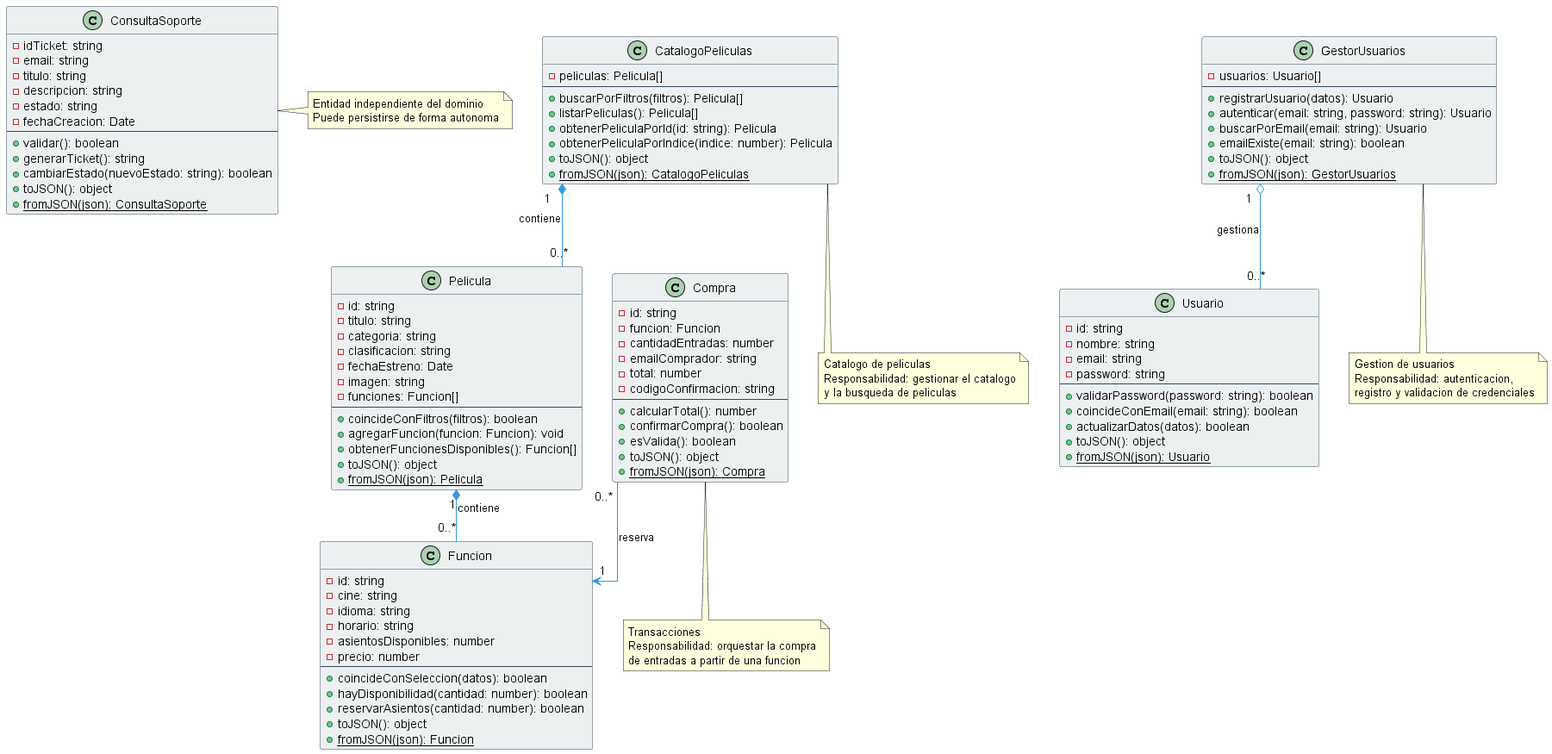
The PlantUML diagram docs/05-diagramas/02-diagrama-de-clases/diagrama-clases.png in hmarc953/cineglobal, before a commit.
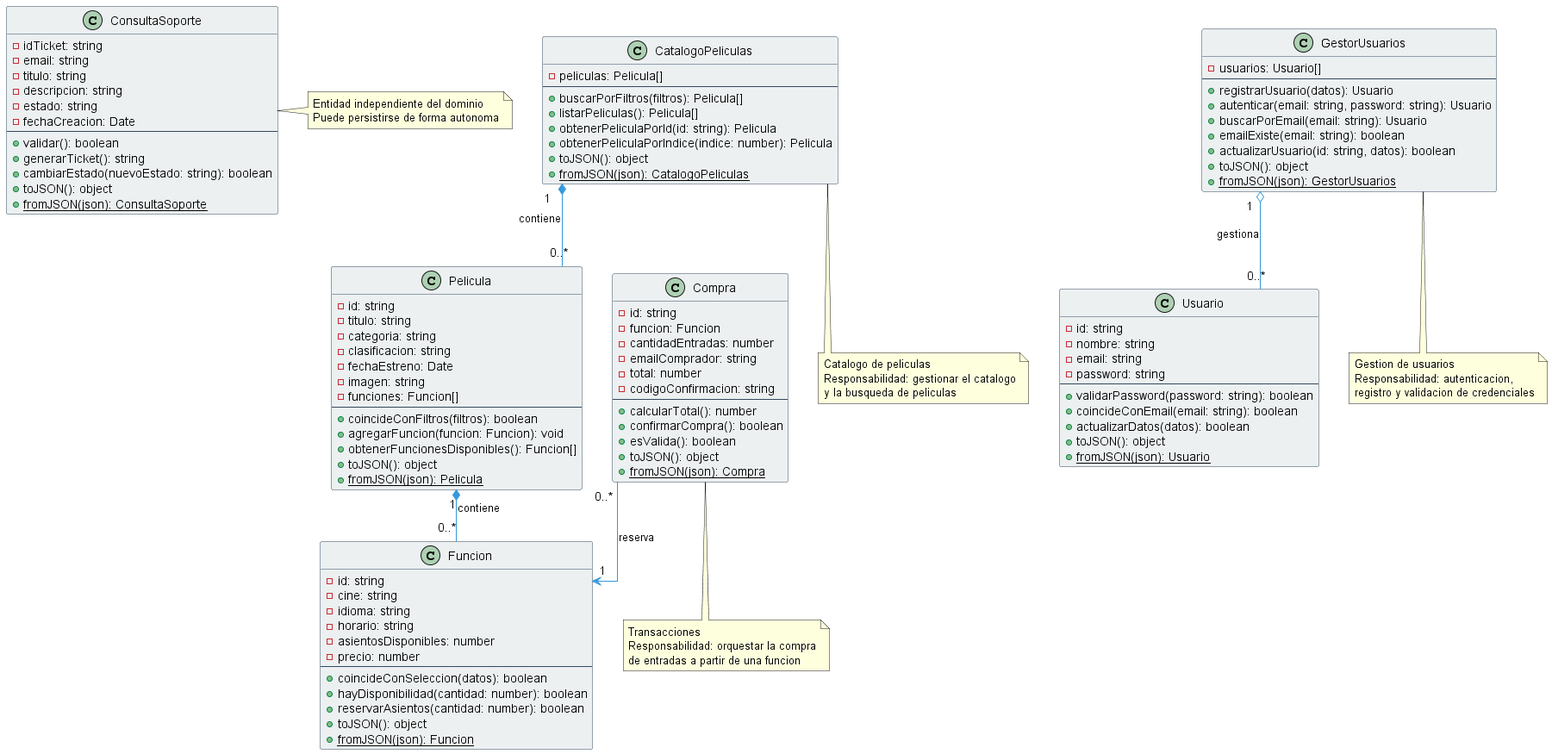
The same diagram one commit later.

Change to the diagram source:
```diff
@@ -75,6 +75,7 @@
   + autenticar(email: string, password: string): Usuario
   + buscarPorEmail(email: string): Usuario
   + emailExiste(email: string): boolean
+  + actualizarUsuario(id: string, datos): boolean
   + toJSON(): object
   + {static} fromJSON(json): GestorUsuarios
 }
```
